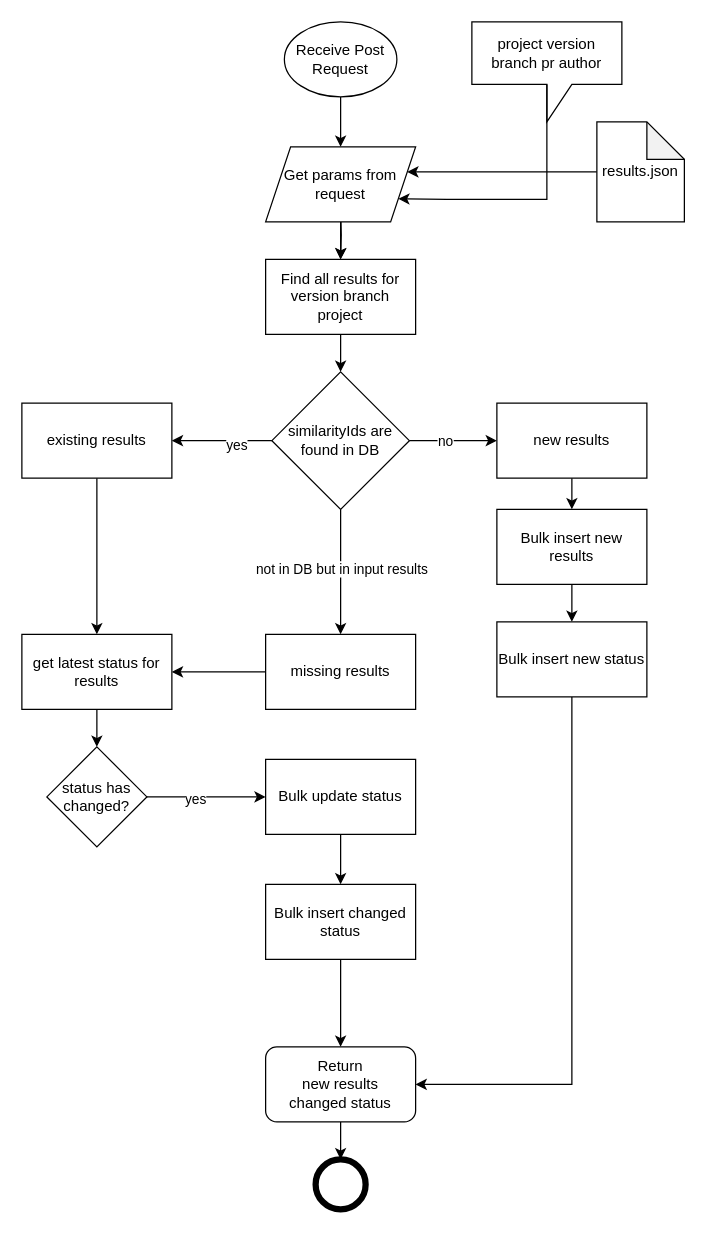
cx-joaoguedes/drawio keeps this draw.io diagram as page "Upload Results" (1 of 3) of Untitled Diagram.drawio. Above is the earlier version. Source tidied: cells renumbered, new cells numbered last; positions are measured from the earlier drawing's top-left corner, leaving out a move shared by most shapes. Both pictures are drawn from the tidied source at 125%, with x=0, y=0 at pixel (21, 21).
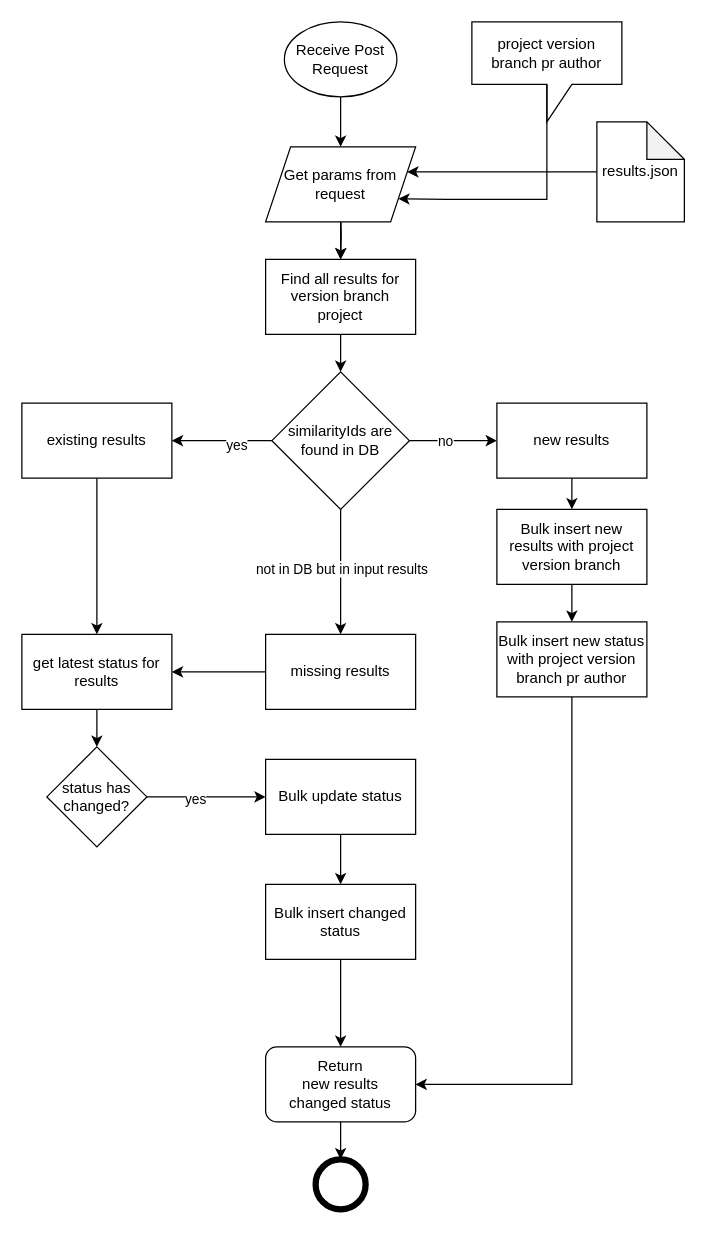
The same diagram, later.

Commit message:
updated metadata in upload results

Diff of the diagram source:
```diff
@@
-    <mxCell id="27" value="Bulk insert new results" style="rounded=0;whiteSpace=wrap;html=1;" parent="1" vertex="1">
+    <mxCell id="27" value="Bulk insert new results with project version branch" style="rounded=0;whiteSpace=wrap;html=1;" parent="1" vertex="1">
       <mxGeometry x="380" y="390" width="120" height="60" as="geometry" />
     </mxCell>
@@
-    <mxCell id="29" value="Bulk insert new status" style="rounded=0;whiteSpace=wrap;html=1;" parent="1" vertex="1">
+    <mxCell id="29" value="Bulk insert new status&lt;div&gt;with project version branch pr author&lt;/div&gt;" style="rounded=0;whiteSpace=wrap;html=1;" parent="1" vertex="1">
       <mxGeometry x="380" y="480" width="120" height="60" as="geometry" />
     </mxCell>
```
